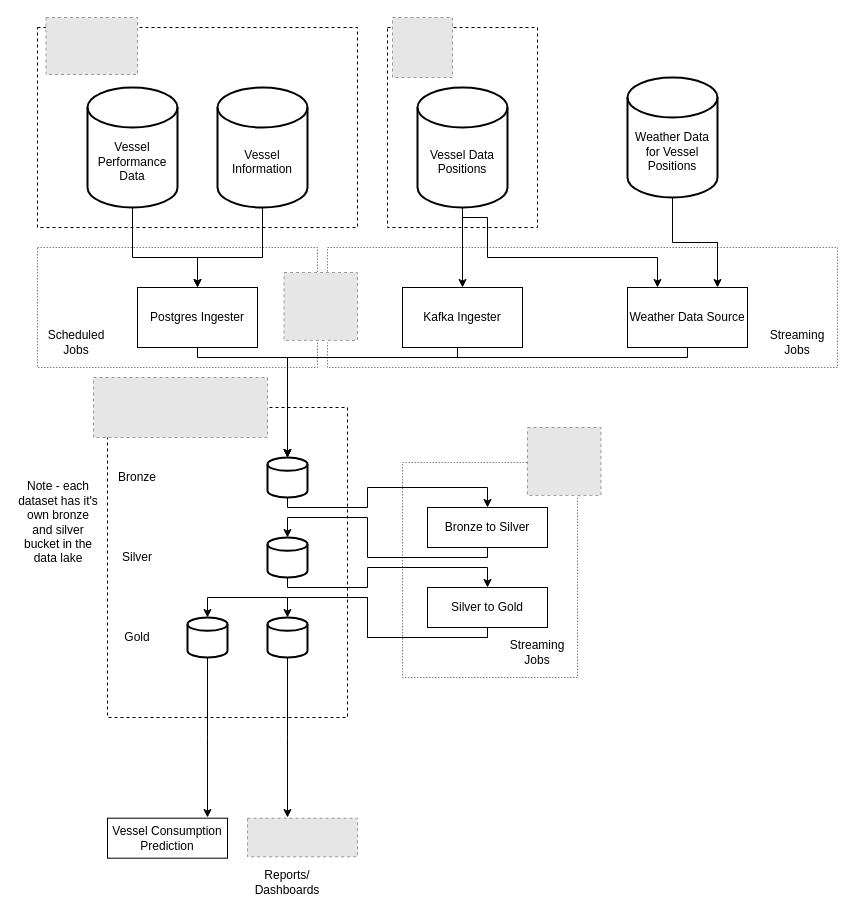
The draw.io diagram system-design.drawio in harry-gunn/data-system-design, before the edit. Source tidied: cells renumbered, new cells numbered last; positions are measured from the earlier drawing's top-left corner, leaving out a move shared by most shapes. Both pictures are drawn from the tidied source at 100%, with x=0, y=0 at pixel (17, 17). Pictures stored in the file or linked from it are replaced by grey dashed boxes.
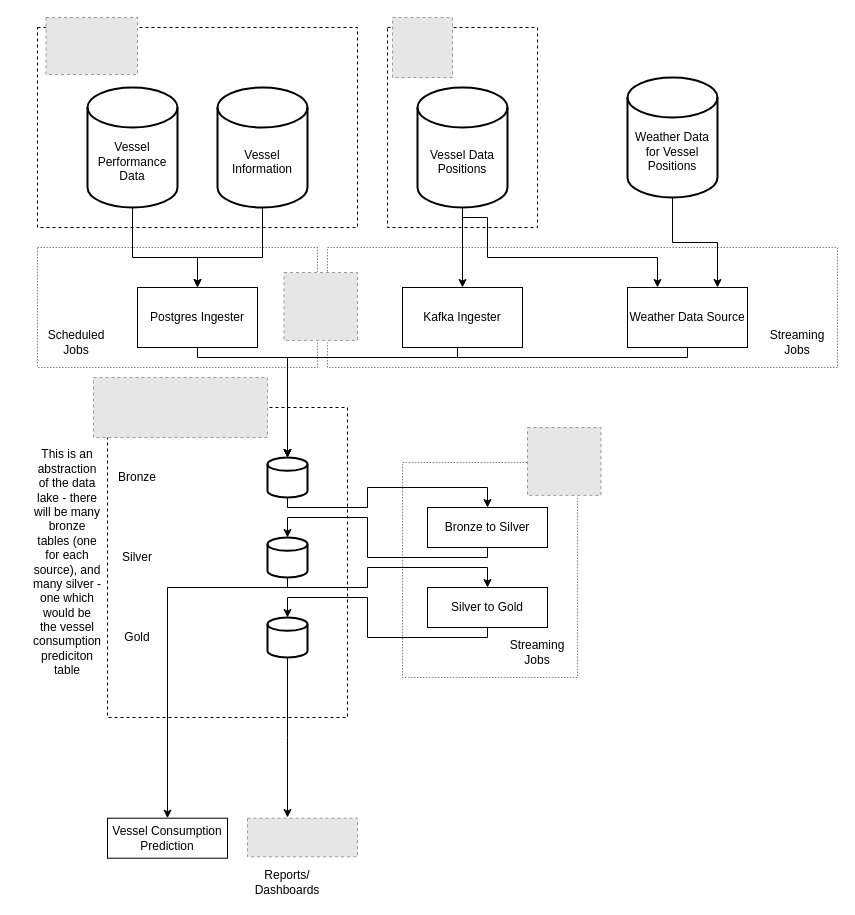
Above is the later version.

The change refers to these unchanged cells:
```xml
<mxCell id="20" style="strokeWidth=2;html=1;shape=mxgraph.flowchart.database;whiteSpace=wrap;fillColor=default;" parent="1" vertex="1">
  <mxGeometry x="250" y="520" width="40" height="40" as="geometry" />
</mxCell>
<mxCell id="47" value="Silver to Gold" style="rounded=0;whiteSpace=wrap;html=1;fillColor=default;" parent="1" vertex="1">
  <mxGeometry x="410" y="570" width="120" height="40" as="geometry" />
</mxCell>
<mxCell id="54" value="Vessel Consumption Prediction" style="rounded=0;whiteSpace=wrap;html=1;fillColor=default;" parent="1" vertex="1">
  <mxGeometry x="90" y="800.7" width="120" height="40" as="geometry" />
</mxCell>
```

The edit, as a diff of the source:
```diff
@@
+    <mxCell id="57" style="edgeStyle=orthogonalEdgeStyle;rounded=0;jettySize=auto;html=1;exitX=0.5;exitY=1;exitDx=0;exitDy=0;exitPerimeter=0;entryX=0.5;entryY=0;entryDx=0;entryDy=0;" parent="1" edge="1" source="20" target="54">
+      <mxGeometry relative="1" as="geometry">
+        <Array as="points">
+          <mxPoint x="270" y="570" />
+          <mxPoint x="150" y="570" />
+        </Array>
+      </mxGeometry>
+    </mxCell>
@@
-    <mxCell id="36" value="Note - each dataset has it's own bronze and silver bucket in the data lake" style="text;html=1;strokeColor=none;fillColor=none;align=center;verticalAlign=middle;whiteSpace=wrap;rounded=0;dashed=1;" parent="1" vertex="1">
-      <mxGeometry y="490" width="81.5" height="30" as="geometry" />
-    </mxCell>
@@
-    <mxCell id="46" style="edgeStyle=orthogonalEdgeStyle;rounded=0;jettySize=auto;html=1;exitX=0.5;exitY=1;exitDx=0;exitDy=0;entryX=0.5;entryY=0;entryDx=0;entryDy=0;entryPerimeter=0;" parent="1" edge="1" source="47" target="53">
-      <mxGeometry relative="1" as="geometry">
-        <Array as="points">
-          <mxPoint x="470" y="620" />
-          <mxPoint x="350" y="620" />
-          <mxPoint x="350" y="580" />
-          <mxPoint x="190" y="580" />
-        </Array>
-      </mxGeometry>
-    </mxCell>
@@
-    <mxCell id="52" style="edgeStyle=orthogonalEdgeStyle;rounded=0;jettySize=auto;html=1;exitX=0.5;exitY=1;exitDx=0;exitDy=0;exitPerimeter=0;" parent="1" edge="1" source="53">
-      <mxGeometry relative="1" as="geometry">
-        <mxPoint x="190" y="800" as="targetPoint" />
-      </mxGeometry>
-    </mxCell>
-    <mxCell id="53" style="strokeWidth=2;html=1;shape=mxgraph.flowchart.database;whiteSpace=wrap;fillColor=default;" parent="1" vertex="1">
-      <mxGeometry x="170" y="600" width="40" height="40" as="geometry" />
-    </mxCell>
@@
+    <mxCell id="58" value="This is an abstraction of the data lake - there will be many bronze tables (one for each source), and many silver - one which would be the vessel consumption prediciton table" style="text;html=1;strokeColor=none;fillColor=none;align=center;verticalAlign=middle;whiteSpace=wrap;rounded=0;" parent="1" vertex="1">
+      <mxGeometry x="20" y="530" width="60" height="30" as="geometry" />
+    </mxCell>
```
